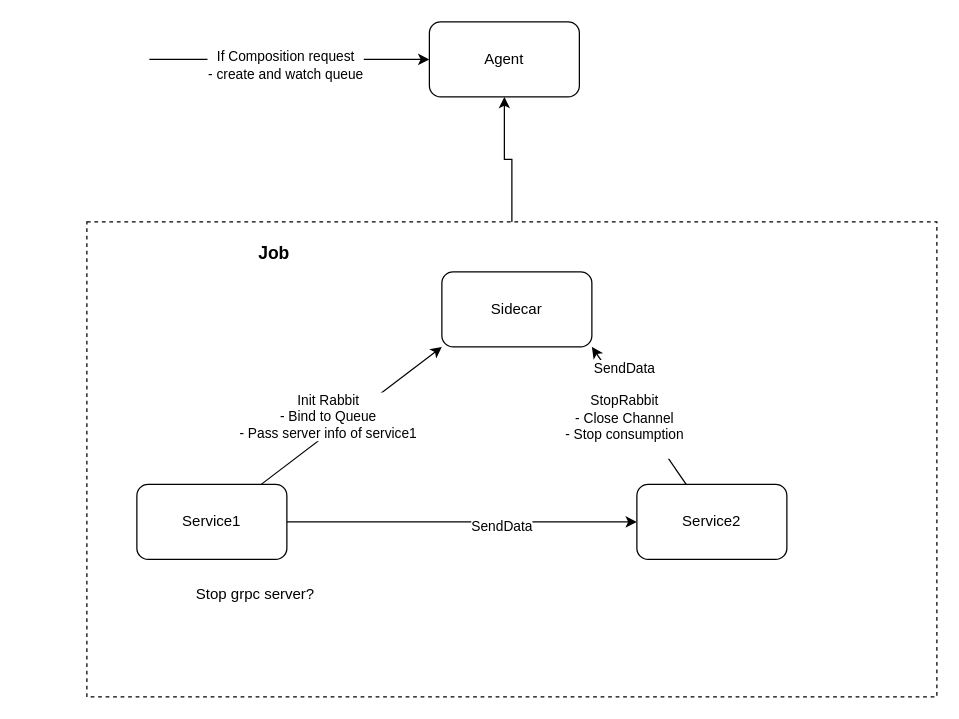
The draw.io diagram docs/drawio/sidecar-rabbit.drawio in Jorrit05/DYNAMOS, before the edit. Source tidied: cells renumbered, new cells numbered last; positions are measured from the earlier drawing's top-left corner, leaving out a move shared by most shapes. Both pictures are drawn from the tidied source at 125%, with x=0, y=0 at pixel (86, 21).
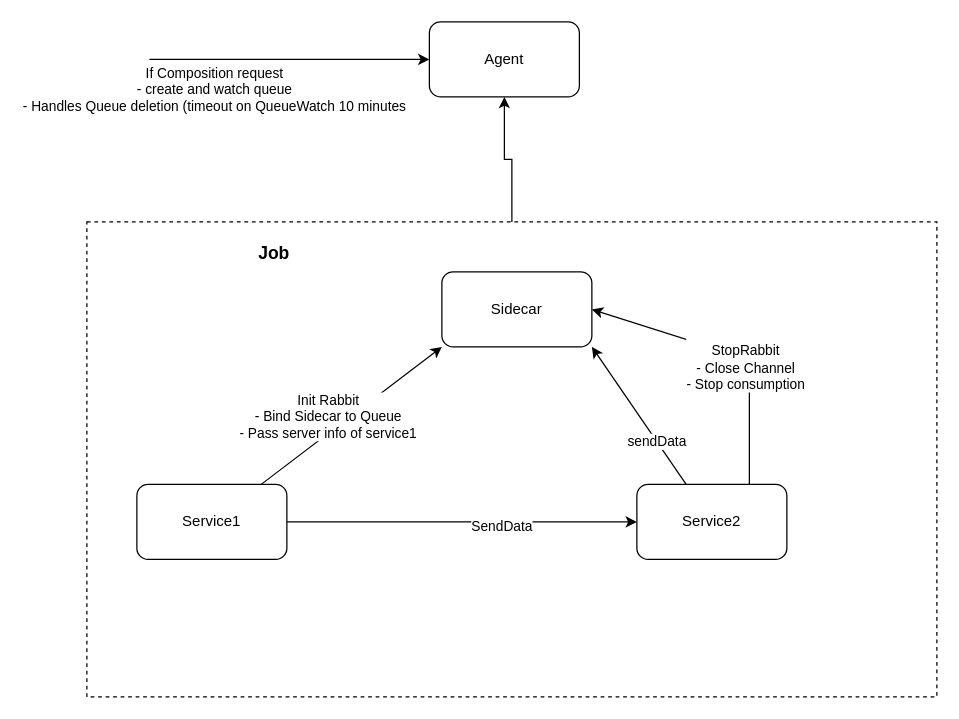
Above is the later version.

The change refers to these unchanged cells:
```xml
<mxCell id="4" style="rounded=0;jettySize=auto;html=1;entryX=0;entryY=1;entryDx=0;entryDy=0;" parent="1" edge="1" source="8" target="13">
  <mxGeometry relative="1" as="geometry" />
</mxCell>
<mxCell id="11" style="endArrow=classic;html=1;rounded=0;entryX=0;entryY=0.5;entryDx=0;entryDy=0;" parent="1" edge="1" target="9">
  <mxGeometry relative="1" as="geometry">
    <mxPoint x="50" y="30" as="sourcePoint" />
  </mxGeometry>
</mxCell>
<mxCell id="13" value="Sidecar" style="rounded=1;whiteSpace=wrap;html=1;" parent="1" vertex="1">
  <mxGeometry x="284" y="200" width="120" height="60" as="geometry" />
</mxCell>
<mxCell id="16" value="Service2" style="rounded=1;whiteSpace=wrap;html=1;" parent="1" vertex="1">
  <mxGeometry x="440" y="370" width="120" height="60" as="geometry" />
</mxCell>
```

The edit, as a diff of the source:
```diff
@@
-    <mxCell id="5" value="Init Rabbit&lt;div&gt;- Bind to Queue&lt;/div&gt;&lt;div&gt;- Pass server info of service1&lt;/div&gt;" style="edgeLabel;html=1;align=center;verticalAlign=middle;" parent="4" vertex="1">
+    <mxCell id="5" value="Init Rabbit&lt;div&gt;- Bind Sidecar to Queue&lt;/div&gt;&lt;div&gt;- Pass server info of service1&lt;/div&gt;" style="edgeLabel;html=1;align=center;verticalAlign=middle;" parent="4" vertex="1">
       <mxGeometry x="-0.29" y="-4" relative="1" as="geometry">
         <mxPoint y="-19" as="offset" />
       </mxGeometry>
     </mxCell>
@@
-    <mxCell id="12" value="If Composition request&lt;div&gt;- create and watch queue&lt;/div&gt;" style="edgeLabel;html=1;align=center;verticalAlign=middle;" parent="11" vertex="1">
-      <mxGeometry x="-0.04" y="-4" relative="1" as="geometry" />
+    <mxCell id="12" value="If Composition request&lt;div&gt;- create and watch queue&lt;/div&gt;&lt;div&gt;- Handles Queue deletion (timeout on QueueWatch 10 minutes&lt;/div&gt;&lt;div&gt;&lt;br&gt;&lt;/div&gt;" style="edgeLabel;html=1;align=center;verticalAlign=middle;" parent="11" vertex="1">
+      <mxGeometry x="-0.04" y="-4" relative="1" as="geometry">
+        <mxPoint x="-57" y="26" as="offset" />
+      </mxGeometry>
     </mxCell>
@@
-    <mxCell id="14" style="rounded=0;jettySize=auto;html=1;entryX=1;entryY=1;entryDx=0;entryDy=0;" parent="1" edge="1" source="16" target="13">
-      <mxGeometry relative="1" as="geometry" />
-    </mxCell>
-    <mxCell id="15" value="SendData&lt;br&gt;&lt;br&gt;StopRabbit&lt;div&gt;- Close Channel&lt;/div&gt;&lt;div&gt;- Stop consumption&lt;/div&gt;&lt;div&gt;&lt;br&gt;&lt;/div&gt;" style="edgeLabel;html=1;align=center;verticalAlign=middle;" parent="14" vertex="1">
-      <mxGeometry x="0.36" relative="1" as="geometry">
-        <mxPoint x="2" y="15" as="offset" />
-      </mxGeometry>
-    </mxCell>
+    <mxCell id="18" style="rounded=0;jettySize=auto;html=1;entryX=1;entryY=1;entryDx=0;entryDy=0;" parent="1" edge="1" source="16" target="13">
+      <mxGeometry relative="1" as="geometry" />
+    </mxCell>
+    <mxCell id="19" value="sendData" style="edgeLabel;html=1;align=center;verticalAlign=middle;" parent="18" vertex="1">
+      <mxGeometry x="-0.39" y="1" relative="1" as="geometry">
+        <mxPoint y="-1" as="offset" />
+      </mxGeometry>
+    </mxCell>
@@
-    <mxCell id="17" value="Stop grpc server?&lt;div&gt;&lt;br&gt;&lt;/div&gt;" style="text;html=1;align=center;verticalAlign=middle;whiteSpace=wrap;rounded=0;" parent="1" vertex="1">
-      <mxGeometry x="70" y="450" width="130" height="30" as="geometry" />
-    </mxCell>
+    <mxCell id="20" style="endArrow=classic;html=1;rounded=0;exitX=0.75;exitY=0;exitDx=0;exitDy=0;entryX=1;entryY=0.5;entryDx=0;entryDy=0;" parent="1" edge="1" source="16" target="13">
+      <mxGeometry relative="1" as="geometry">
+        <Array as="points">
+          <mxPoint x="530" y="270" />
+        </Array>
+      </mxGeometry>
+    </mxCell>
+    <mxCell id="21" value="&lt;br&gt;StopRabbit&lt;div&gt;- Close Channel&lt;/div&gt;&lt;div&gt;- Stop consumption&lt;/div&gt;" style="edgeLabel;html=1;align=center;verticalAlign=middle;" parent="20" vertex="1">
+      <mxGeometry x="-0.11" y="2" relative="1" as="geometry">
+        <mxPoint y="-1" as="offset" />
+      </mxGeometry>
+    </mxCell>
```
